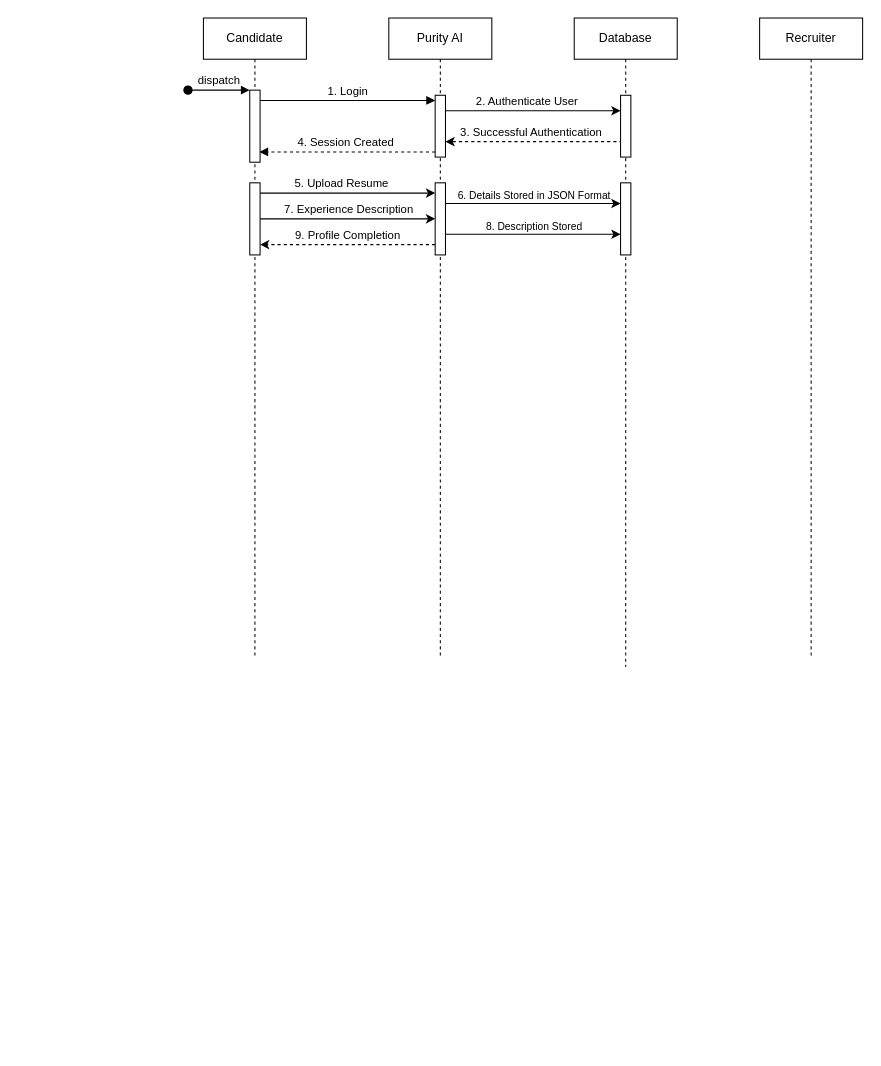
Before: diagrams/Sequence Diagram.drawio in ParthKapoor-dev/Purity.AI, a draw.io diagram. Source tidied: cells renumbered, new cells numbered last; positions are measured from the earlier drawing's top-left corner, leaving out a move shared by most shapes. Both pictures are drawn from the tidied source at 103%, with x=0, y=0 at pixel (187, 18).
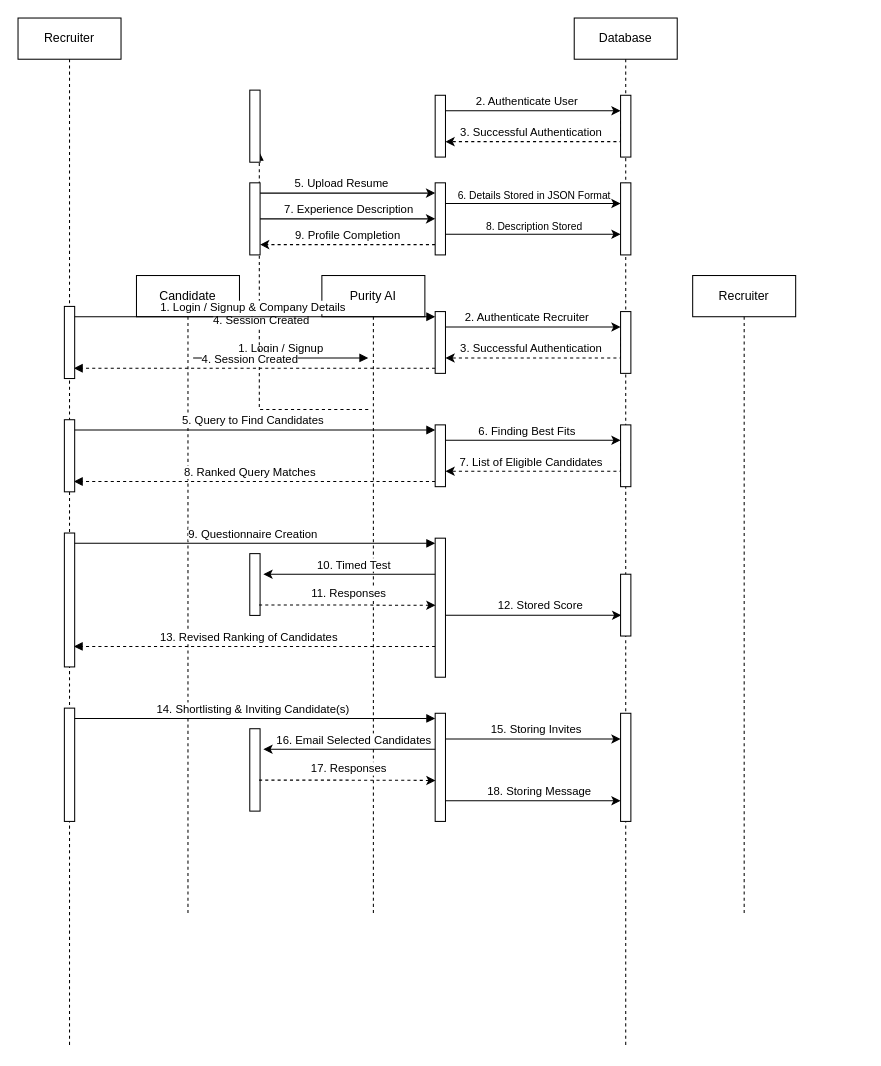
Above is the later version.

Commit message:
Sequence Dia Phase-1 Completed.drawio

Unchanged cells that the change refers to:
```xml
<mxCell id="14" style="rounded=0;whiteSpace=wrap;html=1;" parent="1" vertex="1">
  <mxGeometry x="60" y="70" width="10" height="70" as="geometry" />
</mxCell>
```

What changed in the source:
```diff
@@
     <mxCell id="2" value="Candidate" style="shape=umlLifeline;perimeter=lifelinePerimeter;whiteSpace=wrap;html=1;newEdgeStyle={&quot;edgeStyle&quot;:&quot;elbowEdgeStyle&quot;,&quot;elbow&quot;:&quot;vertical&quot;,&quot;curved&quot;:0,&quot;rounded&quot;:0};" parent="1" vertex="1">
-      <mxGeometry x="15" width="100" height="620" as="geometry" />
+      <mxGeometry x="-50" y="250" width="100" height="620" as="geometry" />
     </mxCell>
-    <mxCell id="3" value="dispatch" style="html=1;verticalAlign=bottom;startArrow=oval;endArrow=block;startSize=8;edgeStyle=elbowEdgeStyle;elbow=vertical;curved=0;rounded=0;" parent="2" edge="1">
-      <mxGeometry relative="1" as="geometry">
-        <mxPoint x="-15" y="70" as="sourcePoint" />
-        <mxPoint x="45" y="70.1" as="targetPoint" />
-      </mxGeometry>
-    </mxCell>
     <mxCell id="4" value="Purity AI" style="shape=umlLifeline;perimeter=lifelinePerimeter;whiteSpace=wrap;html=1;newEdgeStyle={&quot;edgeStyle&quot;:&quot;elbowEdgeStyle&quot;,&quot;elbow&quot;:&quot;vertical&quot;,&quot;curved&quot;:0,&quot;rounded&quot;:0};" parent="1" vertex="1">
-      <mxGeometry x="195" width="100" height="620" as="geometry" />
+      <mxGeometry x="130" y="250" width="100" height="620" as="geometry" />
     </mxCell>
-    <mxCell id="5" value="1. Login" style="html=1;verticalAlign=bottom;endArrow=block;edgeStyle=elbowEdgeStyle;elbow=vertical;curved=0;rounded=0;" parent="1" edge="1">
+    <mxCell id="5" value="1. Login / Signup" style="html=1;verticalAlign=bottom;endArrow=block;edgeStyle=elbowEdgeStyle;elbow=vertical;curved=0;rounded=0;" parent="1" edge="1">
       <mxGeometry relative="1" as="geometry">
-        <mxPoint x="70" y="80" as="sourcePoint" />
-        <mxPoint x="240" y="80" as="targetPoint" />
+        <mxPoint x="5" y="330" as="sourcePoint" />
+        <mxPoint x="175" y="330" as="targetPoint" />
         <Array as="points">
-          <mxPoint x="155" y="80" />
+          <mxPoint x="90" y="330" />
         </Array>
       </mxGeometry>
     </mxCell>
     <mxCell id="6" style="html=1;verticalAlign=bottom;endArrow=block;edgeStyle=elbowEdgeStyle;elbow=vertical;curved=0;rounded=0;entryX=0.925;entryY=0.856;entryDx=0;entryDy=0;entryPerimeter=0;dashed=1;" parent="1" edge="1" target="14">
       <mxGeometry relative="1" as="geometry">
-        <mxPoint x="240" y="130" as="sourcePoint" />
+        <mxPoint x="175" y="380" as="sourcePoint" />
         <Array as="points">
-          <mxPoint x="205" y="130" />
-          <mxPoint x="165" y="120" />
+          <mxPoint x="140" y="380" />
+          <mxPoint x="100" y="370" />
         </Array>
       </mxGeometry>
     </mxCell>
@@
     <mxCell id="8" value="Database" style="shape=umlLifeline;perimeter=lifelinePerimeter;whiteSpace=wrap;html=1;newEdgeStyle={&quot;edgeStyle&quot;:&quot;elbowEdgeStyle&quot;,&quot;elbow&quot;:&quot;vertical&quot;,&quot;curved&quot;:0,&quot;rounded&quot;:0};" parent="1" vertex="1">
-      <mxGeometry x="375" width="100" height="630" as="geometry" />
+      <mxGeometry x="375" width="100" height="1000" as="geometry" />
     </mxCell>
-    <mxCell id="9" value="Recruiter" style="shape=umlLifeline;perimeter=lifelinePerimeter;whiteSpace=wrap;html=1;newEdgeStyle={&quot;edgeStyle&quot;:&quot;elbowEdgeStyle&quot;,&quot;elbow&quot;:&quot;vertical&quot;,&quot;curved&quot;:0,&quot;rounded&quot;:0};" parent="1" vertex="1">
-      <mxGeometry x="555" width="100" height="620" as="geometry" />
-    </mxCell>
@@
+    <mxCell id="9" value="Recruiter" style="shape=umlLifeline;perimeter=lifelinePerimeter;whiteSpace=wrap;html=1;newEdgeStyle={&quot;edgeStyle&quot;:&quot;elbowEdgeStyle&quot;,&quot;elbow&quot;:&quot;vertical&quot;,&quot;curved&quot;:0,&quot;rounded&quot;:0};" parent="1" vertex="1">
+      <mxGeometry x="490" y="250" width="100" height="620" as="geometry" />
+    </mxCell>
@@
+    <mxCell id="30" value="Recruiter" style="shape=umlLifeline;perimeter=lifelinePerimeter;whiteSpace=wrap;html=1;newEdgeStyle={&quot;edgeStyle&quot;:&quot;elbowEdgeStyle&quot;,&quot;elbow&quot;:&quot;vertical&quot;,&quot;curved&quot;:0,&quot;rounded&quot;:0};" parent="1" vertex="1">
+      <mxGeometry x="-165" width="100" height="1000" as="geometry" />
+    </mxCell>
+    <mxCell id="31" value="1. Login / Signup &amp;amp; Company Details" style="html=1;verticalAlign=bottom;endArrow=block;edgeStyle=elbowEdgeStyle;elbow=vertical;curved=0;rounded=0;" parent="1" edge="1">
+      <mxGeometry relative="1" as="geometry">
+        <mxPoint x="-115.5" y="290" as="sourcePoint" />
+        <mxPoint x="240" y="290" as="targetPoint" />
+        <Array as="points">
+          <mxPoint x="155" y="290" />
+        </Array>
+      </mxGeometry>
+    </mxCell>
+    <mxCell id="32" style="html=1;verticalAlign=bottom;endArrow=block;edgeStyle=elbowEdgeStyle;elbow=vertical;curved=0;rounded=0;entryX=0.925;entryY=0.856;entryDx=0;entryDy=0;entryPerimeter=0;dashed=1;" parent="1" edge="1" target="38">
+      <mxGeometry relative="1" as="geometry">
+        <mxPoint x="240" y="340" as="sourcePoint" />
+        <Array as="points">
+          <mxPoint x="205" y="340" />
+          <mxPoint x="165" y="330" />
+        </Array>
+      </mxGeometry>
+    </mxCell>
+    <mxCell id="33" value="4. Session Created" style="edgeLabel;html=1;align=center;verticalAlign=middle;" parent="32" vertex="1">
+      <mxGeometry x="0.03" y="-1" relative="1" as="geometry">
+        <mxPoint y="-9" as="offset" />
+      </mxGeometry>
+    </mxCell>
+    <mxCell id="34" style="edgeStyle=elbowEdgeStyle;rounded=0;orthogonalLoop=1;jettySize=auto;html=1;elbow=vertical;curved=0;" parent="1" edge="1">
+      <mxGeometry relative="1" as="geometry">
+        <mxPoint x="250" y="300" as="sourcePoint" />
+        <mxPoint x="420" y="300" as="targetPoint" />
+        <Array as="points">
+          <mxPoint x="365" y="300" />
+          <mxPoint x="335" y="290" />
+        </Array>
+      </mxGeometry>
+    </mxCell>
+    <mxCell id="35" value="2. Authenticate Recruiter" style="edgeLabel;html=1;align=center;verticalAlign=middle;" parent="34" vertex="1">
+      <mxGeometry x="-0.08" y="-3" relative="1" as="geometry">
+        <mxPoint y="-13" as="offset" />
+      </mxGeometry>
+    </mxCell>
+    <mxCell id="36" style="edgeStyle=elbowEdgeStyle;rounded=0;orthogonalLoop=1;jettySize=auto;html=1;elbow=vertical;curved=0;dashed=1;" parent="1" edge="1">
+      <mxGeometry relative="1" as="geometry">
+        <mxPoint x="420" y="310" as="sourcePoint" />
+        <mxPoint x="250" y="330" as="targetPoint" />
+        <Array as="points">
+          <mxPoint x="345" y="330" />
+          <mxPoint x="335" y="320" />
+          <mxPoint x="355" y="330" />
+          <mxPoint x="335" y="320" />
+        </Array>
+      </mxGeometry>
+    </mxCell>
+    <mxCell id="37" value="3. Successful Authentication" style="edgeLabel;html=1;align=center;verticalAlign=middle;" parent="36" vertex="1">
+      <mxGeometry x="0.14" relative="1" as="geometry">
+        <mxPoint y="-10" as="offset" />
+      </mxGeometry>
+    </mxCell>
+    <mxCell id="38" style="rounded=0;whiteSpace=wrap;html=1;" parent="1" vertex="1">
+      <mxGeometry x="-120" y="280" width="10" height="70" as="geometry" />
+    </mxCell>
+    <mxCell id="39" style="whiteSpace=wrap;html=1;rounded=0;" parent="1" vertex="1">
+      <mxGeometry x="240" y="285" width="10" height="60" as="geometry" />
+    </mxCell>
+    <mxCell id="40" style="whiteSpace=wrap;html=1;rounded=0;" parent="1" vertex="1">
+      <mxGeometry x="420" y="285" width="10" height="60" as="geometry" />
+    </mxCell>
+    <mxCell id="41" value="5. Query to Find Candidates" style="html=1;verticalAlign=bottom;endArrow=block;edgeStyle=elbowEdgeStyle;elbow=vertical;curved=0;rounded=0;" parent="1" edge="1">
+      <mxGeometry relative="1" as="geometry">
+        <mxPoint x="-115" y="400" as="sourcePoint" />
+        <mxPoint x="240" y="400" as="targetPoint" />
+        <Array as="points">
+          <mxPoint x="155" y="400" />
+        </Array>
+      </mxGeometry>
+    </mxCell>
+    <mxCell id="42" style="html=1;verticalAlign=bottom;endArrow=block;edgeStyle=elbowEdgeStyle;elbow=vertical;curved=0;rounded=0;entryX=0.925;entryY=0.856;entryDx=0;entryDy=0;entryPerimeter=0;dashed=1;" parent="1" edge="1" target="48">
+      <mxGeometry relative="1" as="geometry">
+        <mxPoint x="240" y="450" as="sourcePoint" />
+        <Array as="points">
+          <mxPoint x="205" y="450" />
+          <mxPoint x="165" y="440" />
+        </Array>
+      </mxGeometry>
+    </mxCell>
+    <mxCell id="43" value="8. Ranked Query Matches" style="edgeLabel;html=1;align=center;verticalAlign=middle;" parent="42" vertex="1">
+      <mxGeometry x="0.03" y="-1" relative="1" as="geometry">
+        <mxPoint y="-9" as="offset" />
+      </mxGeometry>
+    </mxCell>
+    <mxCell id="44" style="edgeStyle=elbowEdgeStyle;rounded=0;orthogonalLoop=1;jettySize=auto;html=1;elbow=vertical;curved=0;" parent="1" edge="1">
+      <mxGeometry relative="1" as="geometry">
+        <mxPoint x="250" y="410" as="sourcePoint" />
+        <mxPoint x="420" y="410" as="targetPoint" />
+        <Array as="points">
+          <mxPoint x="365" y="410" />
+          <mxPoint x="335" y="400" />
+        </Array>
+      </mxGeometry>
+    </mxCell>
+    <mxCell id="45" value="6. Finding Best Fits" style="edgeLabel;html=1;align=center;verticalAlign=middle;" parent="44" vertex="1">
+      <mxGeometry x="-0.08" y="-3" relative="1" as="geometry">
+        <mxPoint y="-13" as="offset" />
+      </mxGeometry>
+    </mxCell>
+    <mxCell id="46" style="edgeStyle=elbowEdgeStyle;rounded=0;orthogonalLoop=1;jettySize=auto;html=1;elbow=vertical;curved=0;dashed=1;" parent="1" edge="1">
+      <mxGeometry relative="1" as="geometry">
+        <mxPoint x="420" y="420" as="sourcePoint" />
+        <mxPoint x="250" y="440" as="targetPoint" />
+        <Array as="points">
+          <mxPoint x="345" y="440" />
+          <mxPoint x="335" y="430" />
+          <mxPoint x="355" y="440" />
+          <mxPoint x="335" y="430" />
+        </Array>
+      </mxGeometry>
+    </mxCell>
+    <mxCell id="47" value="7. List of Eligible Candidates" style="edgeLabel;html=1;align=center;verticalAlign=middle;" parent="46" vertex="1">
+      <mxGeometry x="0.14" relative="1" as="geometry">
+        <mxPoint y="-10" as="offset" />
+      </mxGeometry>
+    </mxCell>
+    <mxCell id="48" style="rounded=0;whiteSpace=wrap;html=1;" parent="1" vertex="1">
+      <mxGeometry x="-120" y="390" width="10" height="70" as="geometry" />
+    </mxCell>
+    <mxCell id="49" style="whiteSpace=wrap;html=1;rounded=0;" parent="1" vertex="1">
+      <mxGeometry x="240" y="395" width="10" height="60" as="geometry" />
+    </mxCell>
+    <mxCell id="50" style="whiteSpace=wrap;html=1;rounded=0;" parent="1" vertex="1">
+      <mxGeometry x="420" y="395" width="10" height="60" as="geometry" />
+    </mxCell>
+    <mxCell id="51" value="9. Questionnaire Creation" style="html=1;verticalAlign=bottom;endArrow=block;edgeStyle=elbowEdgeStyle;elbow=vertical;curved=0;rounded=0;" parent="1" edge="1">
+      <mxGeometry relative="1" as="geometry">
+        <mxPoint x="-115" y="510" as="sourcePoint" />
+        <mxPoint x="240" y="510" as="targetPoint" />
+        <Array as="points">
+          <mxPoint x="155" y="510" />
+        </Array>
+      </mxGeometry>
+    </mxCell>
+    <mxCell id="52" style="html=1;verticalAlign=bottom;endArrow=block;edgeStyle=elbowEdgeStyle;elbow=vertical;curved=0;rounded=0;entryX=0.925;entryY=0.856;entryDx=0;entryDy=0;entryPerimeter=0;dashed=1;" parent="1" edge="1">
+      <mxGeometry relative="1" as="geometry">
+        <mxPoint x="240" y="610.1" as="sourcePoint" />
+        <mxPoint x="-110.8" y="610" as="targetPoint" />
+        <Array as="points">
+          <mxPoint x="205" y="610.1" />
+          <mxPoint x="165" y="600.1" />
+        </Array>
+      </mxGeometry>
+    </mxCell>
+    <mxCell id="53" value="13. Revised Ranking of Candidates" style="edgeLabel;html=1;align=center;verticalAlign=middle;" parent="52" vertex="1">
+      <mxGeometry x="0.03" y="-1" relative="1" as="geometry">
+        <mxPoint y="-9" as="offset" />
+      </mxGeometry>
+    </mxCell>
+    <mxCell id="54" style="rounded=0;whiteSpace=wrap;html=1;" parent="1" vertex="1">
+      <mxGeometry x="-120" y="500" width="10" height="130" as="geometry" />
+    </mxCell>
+    <mxCell id="55" style="edgeStyle=orthogonalEdgeStyle;rounded=0;jettySize=auto;html=1;entryX=0.069;entryY=0.665;entryDx=0;entryDy=0;entryPerimeter=0;" parent="1" edge="1" source="57" target="58">
+      <mxGeometry relative="1" as="geometry">
+        <Array as="points">
+          <mxPoint x="335" y="580" />
+        </Array>
+      </mxGeometry>
+    </mxCell>
+    <mxCell id="56" value="12. Stored Score" style="edgeLabel;html=1;align=center;verticalAlign=middle;" parent="55" vertex="1">
+      <mxGeometry x="0.07" relative="1" as="geometry">
+        <mxPoint y="-10" as="offset" />
+      </mxGeometry>
+    </mxCell>
+    <mxCell id="57" style="whiteSpace=wrap;html=1;rounded=0;" parent="1" vertex="1">
+      <mxGeometry x="240" y="505" width="10" height="135" as="geometry" />
+    </mxCell>
+    <mxCell id="58" style="whiteSpace=wrap;html=1;rounded=0;" parent="1" vertex="1">
+      <mxGeometry x="420" y="540" width="10" height="60" as="geometry" />
+    </mxCell>
+    <mxCell id="59" style="rounded=0;whiteSpace=wrap;html=1;" parent="1" vertex="1">
+      <mxGeometry x="60" y="520" width="10" height="60" as="geometry" />
+    </mxCell>
+    <mxCell id="60" style="edgeStyle=orthogonalEdgeStyle;rounded=0;orthogonalLoop=1;jettySize=auto;html=1;entryX=1.32;entryY=0.299;entryDx=0;entryDy=0;entryPerimeter=0;" parent="1" edge="1">
+      <mxGeometry relative="1" as="geometry">
+        <mxPoint x="240" y="540" as="sourcePoint" />
+        <mxPoint x="73.2" y="540" as="targetPoint" />
+      </mxGeometry>
+    </mxCell>
+    <mxCell id="61" value="10. Timed Test" style="edgeLabel;html=1;align=center;verticalAlign=middle;" parent="60" vertex="1">
+      <mxGeometry x="-0.05" y="1" relative="1" as="geometry">
+        <mxPoint x="-1" y="-11" as="offset" />
+      </mxGeometry>
+    </mxCell>
+    <mxCell id="62" style="edgeStyle=orthogonalEdgeStyle;rounded=0;orthogonalLoop=1;jettySize=auto;html=1;exitX=1;exitY=0.75;exitDx=0;exitDy=0;entryX=0.134;entryY=0.503;entryDx=0;entryDy=0;entryPerimeter=0;dashed=1;" parent="1" edge="1">
+      <mxGeometry relative="1" as="geometry">
+        <mxPoint x="69" y="569.9" as="sourcePoint" />
+        <mxPoint x="240.3" y="570.2" as="targetPoint" />
+        <Array as="points">
+          <mxPoint x="154" y="569.4" />
+        </Array>
+      </mxGeometry>
+    </mxCell>
+    <mxCell id="63" value="11. Responses" style="edgeLabel;html=1;align=center;verticalAlign=middle;" parent="62" vertex="1">
+      <mxGeometry x="0.05" y="1" relative="1" as="geometry">
+        <mxPoint x="-4" y="-10" as="offset" />
+      </mxGeometry>
+    </mxCell>
+    <mxCell id="64" value="14. Shortlisting &amp;amp; Inviting Candidate(s)" style="html=1;verticalAlign=bottom;endArrow=block;edgeStyle=elbowEdgeStyle;elbow=vertical;curved=0;rounded=0;" parent="1" edge="1">
+      <mxGeometry relative="1" as="geometry">
+        <mxPoint x="-115" y="680" as="sourcePoint" />
+        <mxPoint x="240" y="680" as="targetPoint" />
+        <Array as="points">
+          <mxPoint x="155" y="680" />
+        </Array>
+      </mxGeometry>
+    </mxCell>
+    <mxCell id="65" style="rounded=0;whiteSpace=wrap;html=1;" parent="1" vertex="1">
+      <mxGeometry x="-120" y="670" width="10" height="110" as="geometry" />
+    </mxCell>
+    <mxCell id="66" style="edgeStyle=orthogonalEdgeStyle;rounded=0;jettySize=auto;html=1;" parent="1" edge="1" source="68" target="74">
+      <mxGeometry relative="1" as="geometry">
+        <Array as="points">
+          <mxPoint x="340" y="700" />
+          <mxPoint x="340" y="700" />
+        </Array>
+      </mxGeometry>
+    </mxCell>
+    <mxCell id="67" value="15. Storing Invites" style="edgeLabel;html=1;align=center;verticalAlign=middle;" parent="66" vertex="1">
+      <mxGeometry x="0.02" y="2" relative="1" as="geometry">
+        <mxPoint y="-8" as="offset" />
+      </mxGeometry>
+    </mxCell>
+    <mxCell id="68" style="whiteSpace=wrap;html=1;rounded=0;" parent="1" vertex="1">
+      <mxGeometry x="240" y="675" width="10" height="105" as="geometry" />
+    </mxCell>
+    <mxCell id="69" style="rounded=0;whiteSpace=wrap;html=1;" parent="1" vertex="1">
+      <mxGeometry x="60" y="690" width="10" height="80" as="geometry" />
+    </mxCell>
+    <mxCell id="70" style="edgeStyle=orthogonalEdgeStyle;rounded=0;orthogonalLoop=1;jettySize=auto;html=1;entryX=1.32;entryY=0.299;entryDx=0;entryDy=0;entryPerimeter=0;" parent="1" edge="1">
+      <mxGeometry relative="1" as="geometry">
+        <mxPoint x="240" y="710" as="sourcePoint" />
+        <mxPoint x="73.2" y="710" as="targetPoint" />
+      </mxGeometry>
+    </mxCell>
+    <mxCell id="71" value="16. Email Selected Candidates" style="edgeLabel;html=1;align=center;verticalAlign=middle;" parent="70" vertex="1">
+      <mxGeometry x="-0.05" y="1" relative="1" as="geometry">
+        <mxPoint x="-1" y="-11" as="offset" />
+      </mxGeometry>
+    </mxCell>
+    <mxCell id="72" style="edgeStyle=orthogonalEdgeStyle;rounded=0;orthogonalLoop=1;jettySize=auto;html=1;exitX=1;exitY=0.75;exitDx=0;exitDy=0;entryX=0.134;entryY=0.503;entryDx=0;entryDy=0;entryPerimeter=0;dashed=1;" parent="1" edge="1">
+      <mxGeometry relative="1" as="geometry">
+        <mxPoint x="69" y="739.9" as="sourcePoint" />
+        <mxPoint x="240.3" y="740.2" as="targetPoint" />
+        <Array as="points">
+          <mxPoint x="154" y="739.4" />
+        </Array>
+      </mxGeometry>
+    </mxCell>
+    <mxCell id="73" value="17. Responses" style="edgeLabel;html=1;align=center;verticalAlign=middle;" parent="72" vertex="1">
+      <mxGeometry x="0.05" y="1" relative="1" as="geometry">
+        <mxPoint x="-4" y="-10" as="offset" />
+      </mxGeometry>
+    </mxCell>
+    <mxCell id="74" style="whiteSpace=wrap;html=1;rounded=0;" parent="1" vertex="1">
+      <mxGeometry x="420" y="675" width="10" height="105" as="geometry" />
+    </mxCell>
+    <mxCell id="75" style="edgeStyle=orthogonalEdgeStyle;rounded=0;orthogonalLoop=1;jettySize=auto;html=1;" parent="1" edge="1">
+      <mxGeometry relative="1" as="geometry">
+        <mxPoint x="250" y="760" as="sourcePoint" />
+        <mxPoint x="420" y="760" as="targetPoint" />
+        <Array as="points">
+          <mxPoint x="340" y="760" />
+          <mxPoint x="340" y="760" />
+        </Array>
+      </mxGeometry>
+    </mxCell>
+    <mxCell id="76" value="18. Storing Message" style="edgeLabel;html=1;align=center;verticalAlign=middle;" parent="75" vertex="1">
+      <mxGeometry x="0.18" relative="1" as="geometry">
+        <mxPoint x="-10" y="-10" as="offset" />
+      </mxGeometry>
+    </mxCell>
```
